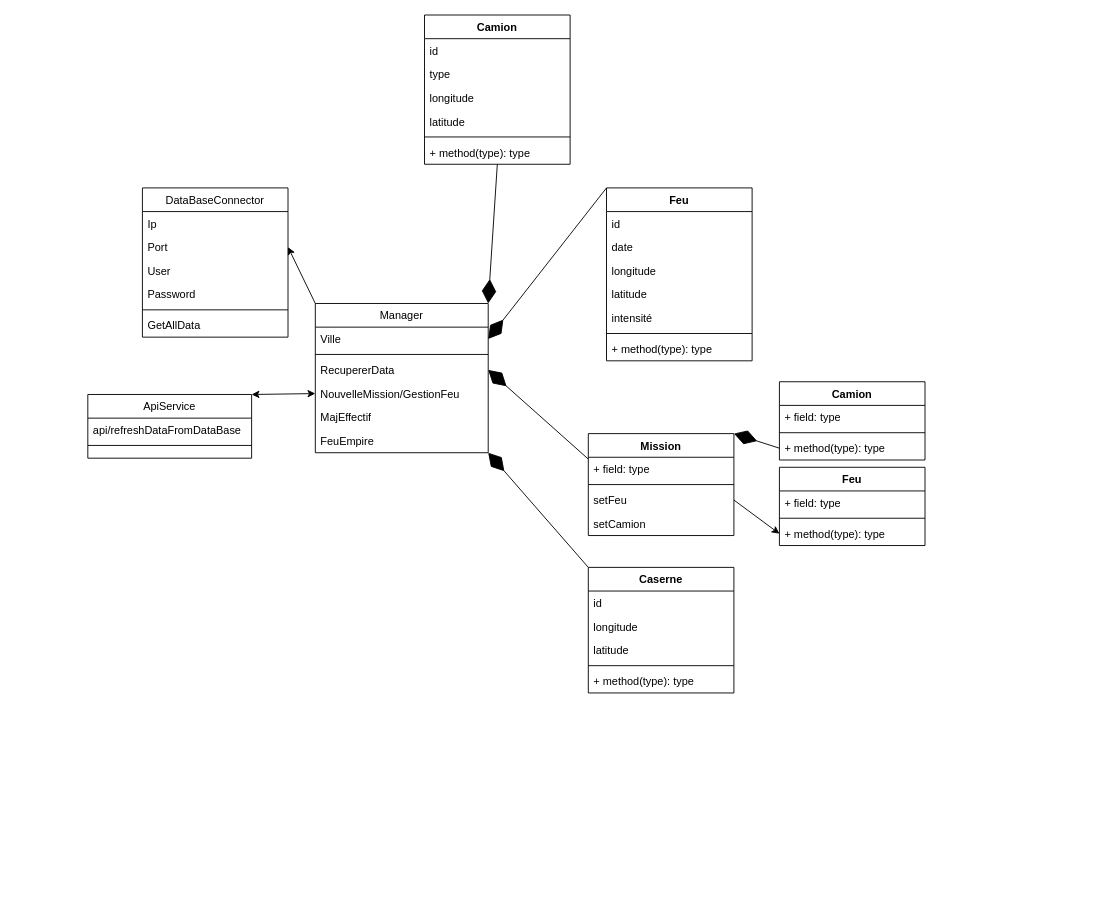
Emile-Bergin/S7-ProjetScientifique keeps this draw.io diagram as UML/Diagramme de classe Emergency manager.drawio. Above is the earlier version. Source tidied: cells renumbered, new cells numbered last; positions are measured from the earlier drawing's top-left corner, leaving out a move shared by most shapes. Both pictures are drawn from the tidied source at 91%, with x=0, y=0 at pixel (87, 15).
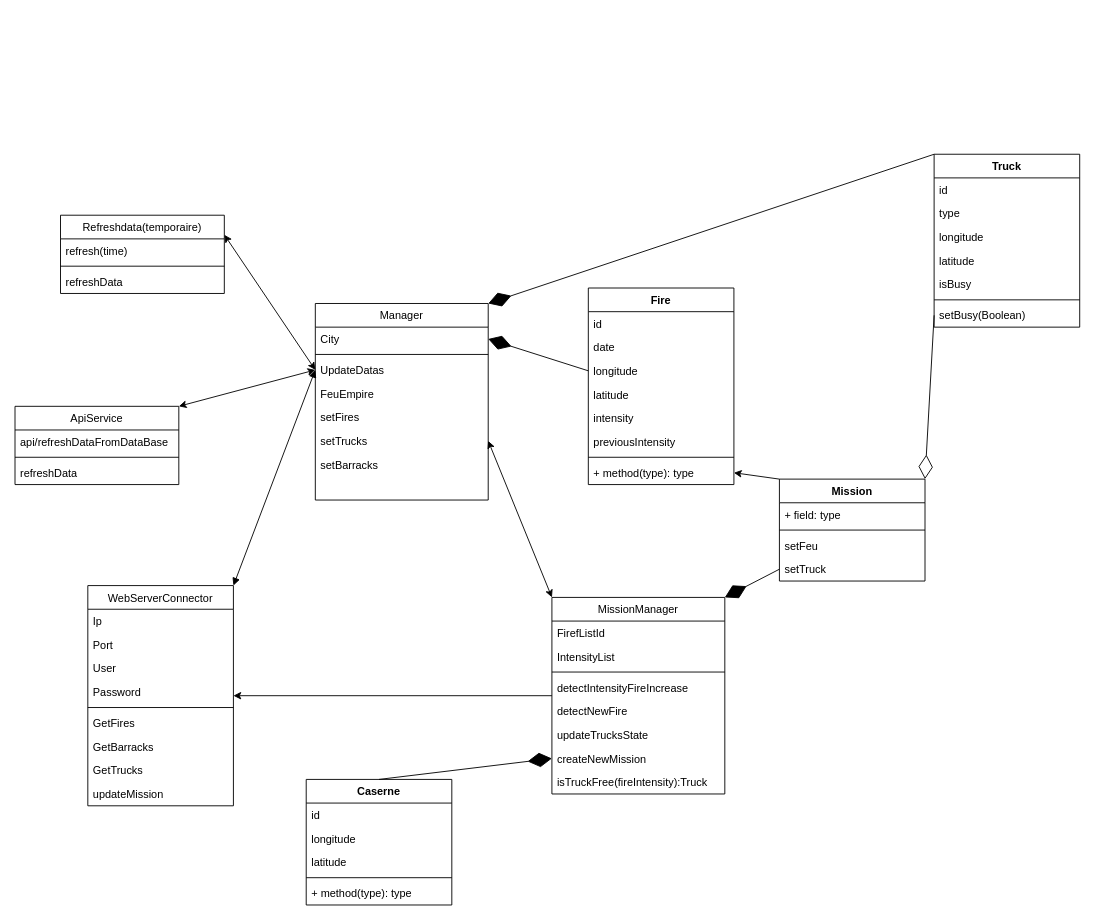
The same page after the edit.

The change refers to these unchanged cells:
```xml
<mxCell id="4" value="Port" style="text;align=left;verticalAlign=top;spacingLeft=4;spacingRight=4;overflow=hidden;points=[[0,0.5],[1,0.5]];portConstraint=eastwest;rounded=0;shadow=0;html=0;" parent="2" vertex="1">
  <mxGeometry y="52" width="160" height="26" as="geometry" />
</mxCell>
<mxCell id="30" value="longitude" style="text;strokeColor=none;fillColor=none;align=left;verticalAlign=top;spacingLeft=4;spacingRight=4;overflow=hidden;points=[[0,0.5],[1,0.5]];portConstraint=eastwest;" parent="27" vertex="1">
  <mxGeometry y="78" width="160" height="26" as="geometry" />
</mxCell>
<mxCell id="46" value="setFeu" style="text;strokeColor=none;fillColor=none;align=left;verticalAlign=top;spacingLeft=4;spacingRight=4;overflow=hidden;points=[[0,0.5],[1,0.5]];portConstraint=eastwest;" parent="43" vertex="1">
  <mxGeometry y="60" width="160" height="26" as="geometry" />
</mxCell>
```

Diff of the diagram source:
```diff
@@
-    <mxCell id="2" value="DataBaseConnector" style="swimlane;fontStyle=0;align=center;verticalAlign=top;horizontal=1;startSize=26;rounded=0;shadow=0;strokeWidth=1;" parent="1" vertex="1">
-      <mxGeometry x="60" y="190" width="160" height="164" as="geometry" />
+    <mxCell id="2" value="WebServerConnector" style="swimlane;fontStyle=0;align=center;verticalAlign=top;horizontal=1;startSize=26;rounded=0;shadow=0;strokeWidth=1;" parent="1" vertex="1">
+      <mxGeometry y="627" width="160" height="242" as="geometry" />
     </mxCell>
@@
+    <mxCell id="61" value="GetFires" style="text;align=left;verticalAlign=top;spacingLeft=4;spacingRight=4;overflow=hidden;" parent="2" vertex="1">
+      <mxGeometry y="138" width="160" height="26" as="geometry" />
+    </mxCell>
-    <mxCell id="8" value="GetAllData" style="text;align=left;verticalAlign=top;spacingLeft=4;spacingRight=4;overflow=hidden;" parent="2" vertex="1">
-      <mxGeometry y="138" width="160" height="26" as="geometry" />
+    <mxCell id="8" value="GetBarracks" style="text;align=left;verticalAlign=top;spacingLeft=4;spacingRight=4;overflow=hidden;" parent="2" vertex="1">
+      <mxGeometry y="164" width="160" height="26" as="geometry" />
     </mxCell>
+    <mxCell id="62" value="GetTrucks" style="text;align=left;verticalAlign=top;spacingLeft=4;spacingRight=4;overflow=hidden;" parent="2" vertex="1">
+      <mxGeometry y="190" width="160" height="26" as="geometry" />
+    </mxCell>
+    <mxCell id="63" value="updateMission" style="text;align=left;verticalAlign=top;spacingLeft=4;spacingRight=4;overflow=hidden;" parent="2" vertex="1">
+      <mxGeometry y="216" width="160" height="26" as="geometry" />
+    </mxCell>
     <mxCell id="9" value="ApiService" style="swimlane;fontStyle=0;align=center;verticalAlign=top;horizontal=1;startSize=26;rounded=0;shadow=0;strokeWidth=1;" parent="1" vertex="1">
-      <mxGeometry y="417" width="180" height="70" as="geometry" />
+      <mxGeometry x="-80" y="430" width="180" height="86" as="geometry" />
     </mxCell>
@@
+    <mxCell id="64" value="refreshData" style="text;align=left;verticalAlign=top;spacingLeft=4;spacingRight=4;overflow=hidden;" parent="9" vertex="1">
+      <mxGeometry y="60" width="180" height="26" as="geometry" />
+    </mxCell>
     <mxCell id="12" value="Manager" style="swimlane;fontStyle=0;align=center;verticalAlign=top;horizontal=1;startSize=26;rounded=0;shadow=0;strokeWidth=1;" parent="1" vertex="1">
-      <mxGeometry x="250" y="317" width="190" height="164" as="geometry" />
+      <mxGeometry x="250" y="317" width="190" height="216" as="geometry" />
     </mxCell>
-    <mxCell id="13" value="Ville" style="text;align=left;verticalAlign=top;spacingLeft=4;spacingRight=4;overflow=hidden;points=[[0,0.5],[1,0.5]];portConstraint=eastwest;" parent="12" vertex="1">
+    <mxCell id="13" value="City" style="text;align=left;verticalAlign=top;spacingLeft=4;spacingRight=4;overflow=hidden;points=[[0,0.5],[1,0.5]];portConstraint=eastwest;" parent="12" vertex="1">
       <mxGeometry y="26" width="190" height="26" as="geometry" />
     </mxCell>
@@
-    <mxCell id="15" value="RecupererData" style="text;align=left;verticalAlign=top;spacingLeft=4;spacingRight=4;overflow=hidden;points=[[0,0.5],[1,0.5]];portConstraint=eastwest;" parent="12" vertex="1">
-      <mxGeometry y="60" width="190" height="26" as="geometry" />
-    </mxCell>
-    <mxCell id="16" value="NouvelleMission/GestionFeu" style="text;align=left;verticalAlign=top;spacingLeft=4;spacingRight=4;overflow=hidden;points=[[0,0.5],[1,0.5]];portConstraint=eastwest;" parent="12" vertex="1">
-      <mxGeometry y="86" width="190" height="26" as="geometry" />
-    </mxCell>
-    <mxCell id="17" value="MajEffectif" style="text;align=left;verticalAlign=top;spacingLeft=4;spacingRight=4;overflow=hidden;points=[[0,0.5],[1,0.5]];portConstraint=eastwest;" parent="12" vertex="1">
-      <mxGeometry y="112" width="190" height="26" as="geometry" />
+    <mxCell id="17" value="UpdateDatas" style="text;align=left;verticalAlign=top;spacingLeft=4;spacingRight=4;overflow=hidden;points=[[0,0.5],[1,0.5]];portConstraint=eastwest;" parent="12" vertex="1">
+      <mxGeometry y="60" width="190" height="26" as="geometry" />
     </mxCell>
     <mxCell id="18" value="FeuEmpire" style="text;align=left;verticalAlign=top;spacingLeft=4;spacingRight=4;overflow=hidden;" parent="12" vertex="1">
-      <mxGeometry y="138" width="190" height="26" as="geometry" />
+      <mxGeometry y="86" width="190" height="26" as="geometry" />
     </mxCell>
-    <mxCell id="19" style="endArrow=classic;html=1;entryX=1;entryY=0.5;entryDx=0;entryDy=0;exitX=0;exitY=0;exitDx=0;exitDy=0;" parent="1" edge="1" source="12" target="4">
-      <mxGeometry relative="1" as="geometry" />
-    </mxCell>
+    <mxCell id="65" value="setFires" style="text;align=left;verticalAlign=top;spacingLeft=4;spacingRight=4;overflow=hidden;" parent="12" vertex="1">
+      <mxGeometry y="112" width="190" height="26" as="geometry" />
+    </mxCell>
+    <mxCell id="66" value="setTrucks" style="text;align=left;verticalAlign=top;spacingLeft=4;spacingRight=4;overflow=hidden;" parent="12" vertex="1">
+      <mxGeometry y="138" width="190" height="26" as="geometry" />
+    </mxCell>
+    <mxCell id="67" value="setBarracks" style="text;align=left;verticalAlign=top;spacingLeft=4;spacingRight=4;overflow=hidden;" parent="12" vertex="1">
+      <mxGeometry y="164" width="190" height="26" as="geometry" />
+    </mxCell>
-    <mxCell id="20" value="Camion" style="swimlane;fontStyle=1;align=center;verticalAlign=top;horizontal=1;startSize=26;" parent="1" vertex="1">
-      <mxGeometry x="370" width="160" height="164" as="geometry" />
+    <mxCell id="20" value="Truck" style="swimlane;fontStyle=1;align=center;verticalAlign=top;horizontal=1;startSize=26;" parent="1" vertex="1">
+      <mxGeometry x="930" y="153" width="160" height="190" as="geometry" />
     </mxCell>
@@
+    <mxCell id="68" value="latitude" style="text;strokeColor=none;fillColor=none;align=left;verticalAlign=top;spacingLeft=4;spacingRight=4;overflow=hidden;" parent="20" vertex="1">
+      <mxGeometry y="104" width="160" height="26" as="geometry" />
+    </mxCell>
-    <mxCell id="24" value="latitude" style="text;strokeColor=none;fillColor=none;align=left;verticalAlign=top;spacingLeft=4;spacingRight=4;overflow=hidden;" parent="20" vertex="1">
-      <mxGeometry y="104" width="160" height="26" as="geometry" />
+    <mxCell id="24" value="isBusy" style="text;strokeColor=none;fillColor=none;align=left;verticalAlign=top;spacingLeft=4;spacingRight=4;overflow=hidden;" parent="20" vertex="1">
+      <mxGeometry y="130" width="160" height="26" as="geometry" />
     </mxCell>
     <mxCell id="25" style="line;strokeWidth=1;fillColor=none;align=left;verticalAlign=middle;spacingTop=-1;spacingLeft=3;spacingRight=3;labelPosition=right;" parent="20" vertex="1">
-      <mxGeometry y="130" width="160" height="8" as="geometry" />
+      <mxGeometry y="156" width="160" height="8" as="geometry" />
     </mxCell>
-    <mxCell id="26" value="+ method(type): type" style="text;strokeColor=none;fillColor=none;align=left;verticalAlign=top;spacingLeft=4;spacingRight=4;overflow=hidden;points=[[0,0.5],[1,0.5]];portConstraint=eastwest;" parent="20" vertex="1">
-      <mxGeometry y="138" width="160" height="26" as="geometry" />
+    <mxCell id="26" value="setBusy(Boolean)" style="text;strokeColor=none;fillColor=none;align=left;verticalAlign=top;spacingLeft=4;spacingRight=4;overflow=hidden;points=[[0,0.5],[1,0.5]];portConstraint=eastwest;" parent="20" vertex="1">
+      <mxGeometry y="164" width="160" height="26" as="geometry" />
     </mxCell>
-    <mxCell id="27" value="Feu" style="swimlane;fontStyle=1;align=center;verticalAlign=top;horizontal=1;startSize=26;" parent="1" vertex="1">
-      <mxGeometry x="570" y="190" width="160" height="190" as="geometry" />
+    <mxCell id="27" value="Fire" style="swimlane;fontStyle=1;align=center;verticalAlign=top;horizontal=1;startSize=26;" parent="1" vertex="1">
+      <mxGeometry x="550" y="300" width="160" height="216" as="geometry" />
     </mxCell>
@@
-    <mxCell id="32" value="intensité" style="text;strokeColor=none;fillColor=none;align=left;verticalAlign=top;spacingLeft=4;spacingRight=4;overflow=hidden;" parent="27" vertex="1">
+    <mxCell id="32" value="intensity" style="text;strokeColor=none;fillColor=none;align=left;verticalAlign=top;spacingLeft=4;spacingRight=4;overflow=hidden;" parent="27" vertex="1">
       <mxGeometry y="130" width="160" height="26" as="geometry" />
     </mxCell>
+    <mxCell id="69" value="previousIntensity" style="text;strokeColor=none;fillColor=none;align=left;verticalAlign=top;spacingLeft=4;spacingRight=4;overflow=hidden;" parent="27" vertex="1">
+      <mxGeometry y="156" width="160" height="26" as="geometry" />
+    </mxCell>
     <mxCell id="33" style="line;strokeWidth=1;fillColor=none;align=left;verticalAlign=middle;spacingTop=-1;spacingLeft=3;spacingRight=3;labelPosition=right;" parent="27" vertex="1">
-      <mxGeometry y="156" width="160" height="8" as="geometry" />
+      <mxGeometry y="182" width="160" height="8" as="geometry" />
     </mxCell>
     <mxCell id="34" value="+ method(type): type" style="text;strokeColor=none;fillColor=none;align=left;verticalAlign=top;spacingLeft=4;spacingRight=4;overflow=hidden;points=[[0,0.5],[1,0.5]];portConstraint=eastwest;" parent="27" vertex="1">
-      <mxGeometry y="164" width="160" height="26" as="geometry" />
+      <mxGeometry y="190" width="160" height="26" as="geometry" />
     </mxCell>
-    <mxCell id="35" style="endArrow=diamondThin;endFill=1;endSize=24;html=1;entryX=1;entryY=0.5;entryDx=0;entryDy=0;exitX=0;exitY=0;exitDx=0;exitDy=0;" parent="1" edge="1" source="27" target="13">
+    <mxCell id="35" style="endArrow=diamondThin;endFill=1;endSize=24;html=1;entryX=1;entryY=0.5;entryDx=0;entryDy=0;exitX=0;exitY=0.5;exitDx=0;exitDy=0;" parent="1" edge="1" source="30" target="13">
       <mxGeometry relative="1" as="geometry" />
     </mxCell>
-    <mxCell id="36" style="endArrow=diamondThin;endFill=1;endSize=24;html=1;exitX=0.5;exitY=1;exitDx=0;exitDy=0;entryX=1;entryY=0;entryDx=0;entryDy=0;" parent="1" edge="1" source="20" target="12">
+    <mxCell id="36" style="endArrow=diamondThin;endFill=1;endSize=24;html=1;exitX=0;exitY=0;exitDx=0;exitDy=0;entryX=1;entryY=0;entryDx=0;entryDy=0;" parent="1" edge="1" source="20" target="12">
       <mxGeometry relative="1" as="geometry" />
     </mxCell>
     <mxCell id="37" value="Caserne" style="swimlane;fontStyle=1;align=center;verticalAlign=top;horizontal=1;startSize=26;" parent="1" vertex="1">
-      <mxGeometry x="550" y="607" width="160" height="138" as="geometry" />
+      <mxGeometry x="240" y="840" width="160" height="138" as="geometry" />
     </mxCell>
@@
     <mxCell id="43" value="Mission" style="swimlane;fontStyle=1;align=center;verticalAlign=top;horizontal=1;startSize=26;" parent="1" vertex="1">
-      <mxGeometry x="550" y="460" width="160" height="112" as="geometry" />
+      <mxGeometry x="760" y="510" width="160" height="112" as="geometry" />
     </mxCell>
@@
-    <mxCell id="47" value="setCamion" style="text;strokeColor=none;fillColor=none;align=left;verticalAlign=top;spacingLeft=4;spacingRight=4;overflow=hidden;points=[[0,0.5],[1,0.5]];portConstraint=eastwest;" parent="43" vertex="1">
+    <mxCell id="47" value="setTruck" style="text;strokeColor=none;fillColor=none;align=left;verticalAlign=top;spacingLeft=4;spacingRight=4;overflow=hidden;points=[[0,0.5],[1,0.5]];portConstraint=eastwest;" parent="43" vertex="1">
       <mxGeometry y="86" width="160" height="26" as="geometry" />
     </mxCell>
-    <mxCell id="48" style="endArrow=diamondThin;endFill=1;endSize=24;html=1;exitX=0;exitY=0;exitDx=0;exitDy=0;entryX=1;entryY=1;entryDx=0;entryDy=0;" parent="1" edge="1" source="37" target="12">
+    <mxCell id="48" style="endArrow=diamondThin;endFill=1;endSize=24;html=1;exitX=0.5;exitY=0;exitDx=0;exitDy=0;entryX=0;entryY=0.5;entryDx=0;entryDy=0;" parent="1" edge="1" source="37" target="83">
       <mxGeometry relative="1" as="geometry" />
     </mxCell>
-    <mxCell id="49" style="endArrow=diamondThin;endFill=1;endSize=24;html=1;exitX=0;exitY=0.25;exitDx=0;exitDy=0;entryX=1;entryY=0.5;entryDx=0;entryDy=0;" parent="1" edge="1" source="43" target="15">
+    <mxCell id="49" style="endArrow=diamondThin;endFill=1;endSize=24;html=1;exitX=0;exitY=0.5;exitDx=0;exitDy=0;entryX=1;entryY=0;entryDx=0;entryDy=0;" parent="1" edge="1" source="47" target="76">
       <mxGeometry relative="1" as="geometry" />
     </mxCell>
-    <mxCell id="50" value="Camion" style="swimlane;fontStyle=1;align=center;verticalAlign=top;horizontal=1;startSize=26;" parent="1" vertex="1">
-      <mxGeometry x="760" y="403" width="160" height="86" as="geometry" />
-    </mxCell>
-    <mxCell id="51" value="+ field: type" style="text;strokeColor=none;fillColor=none;align=left;verticalAlign=top;spacingLeft=4;spacingRight=4;overflow=hidden;" parent="50" vertex="1">
-      <mxGeometry y="26" width="160" height="26" as="geometry" />
-    </mxCell>
-    <mxCell id="52" style="line;strokeWidth=1;fillColor=none;align=left;verticalAlign=middle;spacingTop=-1;spacingLeft=3;spacingRight=3;labelPosition=right;" parent="50" vertex="1">
-      <mxGeometry y="52" width="160" height="8" as="geometry" />
-    </mxCell>
-    <mxCell id="53" value="+ method(type): type" style="text;strokeColor=none;fillColor=none;align=left;verticalAlign=top;spacingLeft=4;spacingRight=4;overflow=hidden;points=[[0,0.5],[1,0.5]];portConstraint=eastwest;" parent="50" vertex="1">
-      <mxGeometry y="60" width="160" height="26" as="geometry" />
-    </mxCell>
-    <mxCell id="54" style="endArrow=diamondThin;endFill=1;endSize=24;html=1;entryX=1;entryY=0;entryDx=0;entryDy=0;exitX=0;exitY=0.5;exitDx=0;exitDy=0;" parent="1" edge="1" source="53" target="43">
-      <mxGeometry relative="1" as="geometry" />
-    </mxCell>
-    <mxCell id="55" value="Feu" style="swimlane;fontStyle=1;align=center;verticalAlign=top;horizontal=1;startSize=26;" parent="1" vertex="1">
-      <mxGeometry x="760" y="497" width="160" height="86" as="geometry" />
-    </mxCell>
-    <mxCell id="56" value="+ field: type" style="text;strokeColor=none;fillColor=none;align=left;verticalAlign=top;spacingLeft=4;spacingRight=4;overflow=hidden;" parent="55" vertex="1">
-      <mxGeometry y="26" width="160" height="26" as="geometry" />
-    </mxCell>
-    <mxCell id="57" style="line;strokeWidth=1;fillColor=none;align=left;verticalAlign=middle;spacingTop=-1;spacingLeft=3;spacingRight=3;labelPosition=right;" parent="55" vertex="1">
-      <mxGeometry y="52" width="160" height="8" as="geometry" />
-    </mxCell>
-    <mxCell id="58" value="+ method(type): type" style="text;strokeColor=none;fillColor=none;align=left;verticalAlign=top;spacingLeft=4;spacingRight=4;overflow=hidden;points=[[0,0.5],[1,0.5]];portConstraint=eastwest;" parent="55" vertex="1">
-      <mxGeometry y="60" width="160" height="26" as="geometry" />
-    </mxCell>
-    <mxCell id="59" style="endArrow=classic;html=1;entryX=0;entryY=0.5;entryDx=0;entryDy=0;exitX=1;exitY=0.5;exitDx=0;exitDy=0;" parent="1" edge="1" source="46" target="58">
-      <mxGeometry relative="1" as="geometry" />
-    </mxCell>
-    <mxCell id="60" style="endArrow=classic;startArrow=classic;html=1;entryX=0;entryY=0.5;entryDx=0;entryDy=0;exitX=1;exitY=0;exitDx=0;exitDy=0;" parent="1" edge="1" source="9" target="16">
+    <mxCell id="60" style="endArrow=classic;startArrow=classic;html=1;entryX=0;entryY=0.5;entryDx=0;entryDy=0;exitX=1;exitY=0;exitDx=0;exitDy=0;" parent="1" edge="1" source="9" target="17">
       <mxGeometry relative="1" as="geometry" />
     </mxCell>
+    <mxCell id="70" value="Refreshdata(temporaire)" style="swimlane;fontStyle=0;align=center;verticalAlign=top;horizontal=1;startSize=26;rounded=0;shadow=0;strokeWidth=1;" parent="1" vertex="1">
+      <mxGeometry x="-30" y="220" width="180" height="86" as="geometry" />
+    </mxCell>
+    <mxCell id="71" value="refresh(time)" style="text;align=left;verticalAlign=top;spacingLeft=4;spacingRight=4;overflow=hidden;" parent="70" vertex="1">
+      <mxGeometry y="26" width="180" height="26" as="geometry" />
+    </mxCell>
+    <mxCell id="72" style="line;html=1;strokeWidth=1;align=left;verticalAlign=middle;spacingTop=-1;spacingLeft=3;spacingRight=3;labelPosition=right;" parent="70" vertex="1">
+      <mxGeometry y="52" width="180" height="8" as="geometry" />
+    </mxCell>
+    <mxCell id="73" value="refreshData" style="text;align=left;verticalAlign=top;spacingLeft=4;spacingRight=4;overflow=hidden;" parent="70" vertex="1">
+      <mxGeometry y="60" width="180" height="26" as="geometry" />
+    </mxCell>
+    <mxCell id="74" style="endArrow=classic;startArrow=classic;html=1;exitX=1;exitY=0.25;exitDx=0;exitDy=0;entryX=0;entryY=0.5;entryDx=0;entryDy=0;" parent="1" edge="1" source="70" target="17">
+      <mxGeometry relative="1" as="geometry" />
+    </mxCell>
+    <mxCell id="75" style="edgeStyle=orthogonalEdgeStyle;rounded=0;jettySize=auto;html=1;" parent="1" edge="1" source="76" target="2">
+      <mxGeometry relative="1" as="geometry" />
+    </mxCell>
+    <mxCell id="76" value="MissionManager" style="swimlane;fontStyle=0;align=center;verticalAlign=top;horizontal=1;startSize=26;rounded=0;shadow=0;strokeWidth=1;" parent="1" vertex="1">
+      <mxGeometry x="510" y="640" width="190" height="216" as="geometry" />
+    </mxCell>
+    <mxCell id="77" value="FirefListId" style="text;align=left;verticalAlign=top;spacingLeft=4;spacingRight=4;overflow=hidden;" parent="76" vertex="1">
+      <mxGeometry y="26" width="190" height="26" as="geometry" />
+    </mxCell>
+    <mxCell id="78" value="IntensityList" style="text;align=left;verticalAlign=top;spacingLeft=4;spacingRight=4;overflow=hidden;" parent="76" vertex="1">
+      <mxGeometry y="52" width="190" height="26" as="geometry" />
+    </mxCell>
+    <mxCell id="79" style="line;html=1;strokeWidth=1;align=left;verticalAlign=middle;spacingTop=-1;spacingLeft=3;spacingRight=3;labelPosition=right;" parent="76" vertex="1">
+      <mxGeometry y="78" width="190" height="8" as="geometry" />
+    </mxCell>
+    <mxCell id="80" value="detectIntensityFireIncrease" style="text;align=left;verticalAlign=top;spacingLeft=4;spacingRight=4;overflow=hidden;" parent="76" vertex="1">
+      <mxGeometry y="86" width="190" height="26" as="geometry" />
+    </mxCell>
+    <mxCell id="81" value="detectNewFire" style="text;align=left;verticalAlign=top;spacingLeft=4;spacingRight=4;overflow=hidden;" parent="76" vertex="1">
+      <mxGeometry y="112" width="190" height="26" as="geometry" />
+    </mxCell>
+    <mxCell id="82" value="updateTrucksState" style="text;align=left;verticalAlign=top;spacingLeft=4;spacingRight=4;overflow=hidden;" parent="76" vertex="1">
+      <mxGeometry y="138" width="190" height="26" as="geometry" />
+    </mxCell>
+    <mxCell id="83" value="createNewMission" style="text;align=left;verticalAlign=top;spacingLeft=4;spacingRight=4;overflow=hidden;points=[[0,0.5],[1,0.5]];portConstraint=eastwest;" parent="76" vertex="1">
+      <mxGeometry y="164" width="190" height="26" as="geometry" />
+    </mxCell>
+    <mxCell id="84" value="isTruckFree(fireIntensity):Truck" style="text;align=left;verticalAlign=top;spacingLeft=4;spacingRight=4;overflow=hidden;" parent="76" vertex="1">
+      <mxGeometry y="190" width="190" height="26" as="geometry" />
+    </mxCell>
+    <mxCell id="85" style="endArrow=classic;html=1;exitX=0;exitY=0;exitDx=0;exitDy=0;entryX=1;entryY=0.5;entryDx=0;entryDy=0;" parent="1" edge="1" source="43" target="34">
+      <mxGeometry relative="1" as="geometry" />
+    </mxCell>
+    <mxCell id="86" style="endArrow=diamondThin;endFill=0;endSize=24;html=1;entryX=1;entryY=0;entryDx=0;entryDy=0;exitX=0;exitY=0.5;exitDx=0;exitDy=0;" parent="1" edge="1" source="26" target="43">
+      <mxGeometry relative="1" as="geometry" />
+    </mxCell>
+    <mxCell id="87" style="endArrow=classic;startArrow=classic;html=1;exitX=0;exitY=0;exitDx=0;exitDy=0;entryX=1;entryY=0.5;entryDx=0;entryDy=0;" parent="1" edge="1" source="76">
+      <mxGeometry relative="1" as="geometry">
+        <mxPoint x="440" y="468" as="targetPoint" />
+      </mxGeometry>
+    </mxCell>
+    <mxCell id="88" style="endArrow=block;startArrow=block;endFill=1;startFill=1;html=1;entryX=0;entryY=0.5;entryDx=0;entryDy=0;exitX=1;exitY=0;exitDx=0;exitDy=0;" parent="1" edge="1" source="2" target="17">
+      <mxGeometry relative="1" as="geometry" />
+    </mxCell>
```
